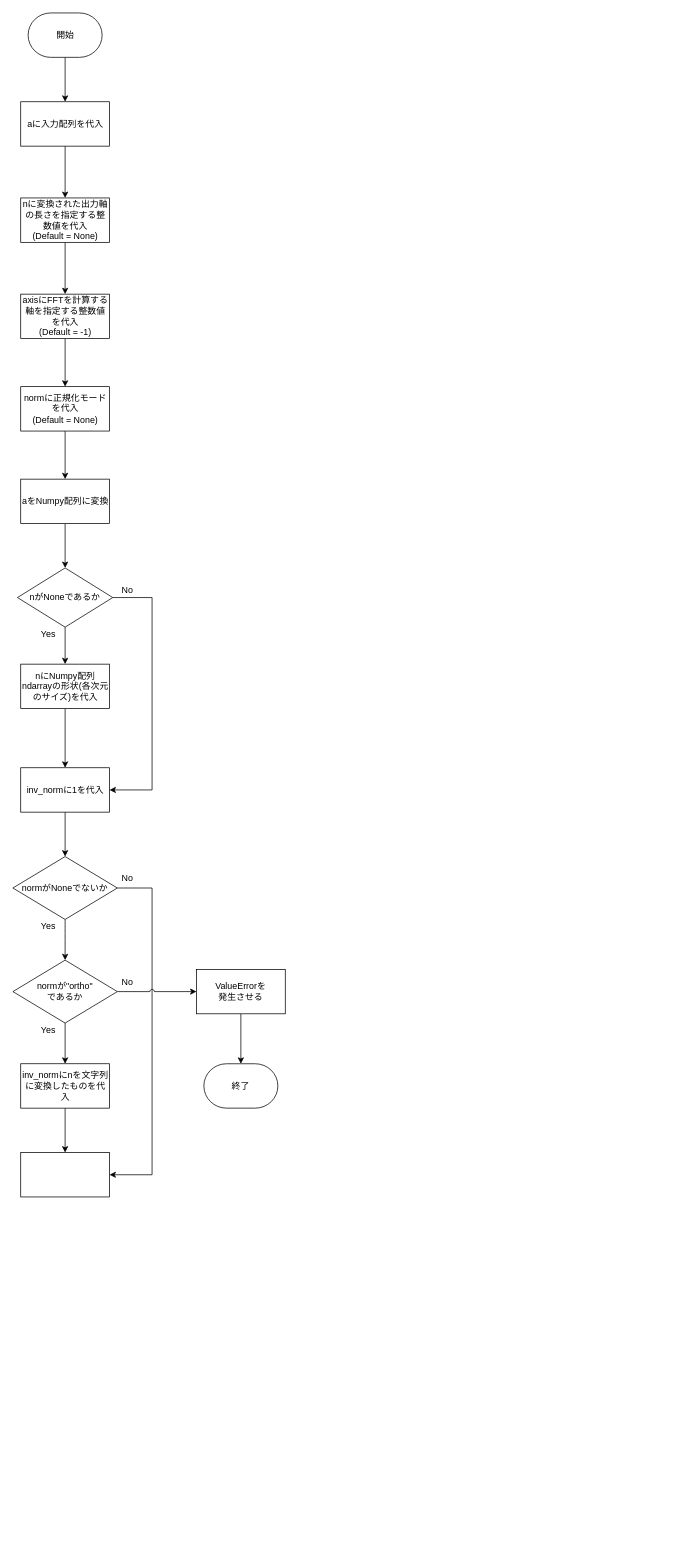
The draw.io diagram numpy_fft.drawio in mochihisa/themed_research, before the edit. Source tidied: cells renumbered, new cells numbered last; positions are measured from the earlier drawing's top-left corner, leaving out a move shared by most shapes. Both pictures are drawn from the tidied source at 74%, with x=0, y=0 at pixel (13, 13).
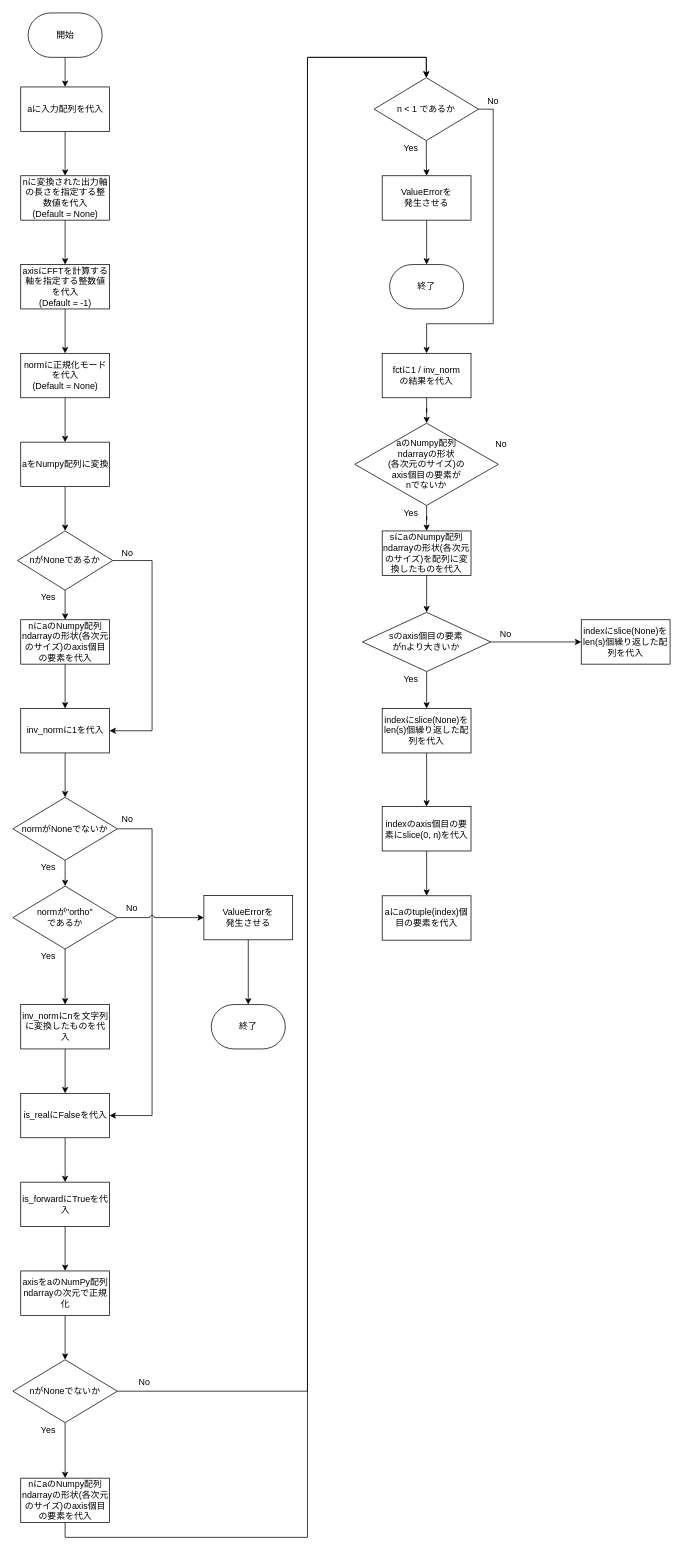
After the change.

Commit message:
numpy_fft.drawio を更新します

Diff of the diagram source:
```diff
@@
     <mxCell id="5" value="aをNumpy配列に変換" style="rounded=0;whiteSpace=wrap;html=1;strokeWidth=1;fontSize=12;" parent="1" vertex="1">
-      <mxGeometry x="10.5" y="630" width="120" height="60" as="geometry" />
+      <mxGeometry x="10.5" y="580" width="120" height="60" as="geometry" />
     </mxCell>
@@
     <mxCell id="7" style="edgeStyle=orthogonalEdgeStyle;rounded=0;jumpStyle=arc;jettySize=auto;html=1;entryX=1;entryY=0.5;entryDx=0;entryDy=0;strokeWidth=1;fontSize=12;exitX=1;exitY=0.5;exitDx=0;exitDy=0;exitPerimeter=0;" parent="1" edge="1" source="8" target="21">
       <mxGeometry relative="1" as="geometry">
         <Array as="points">
-          <mxPoint x="188" y="790" />
-          <mxPoint x="188" y="1050" />
+          <mxPoint x="188" y="740" />
+          <mxPoint x="188" y="970" />
         </Array>
       </mxGeometry>
     </mxCell>
     <mxCell id="8" value="nがNoneであるか" style="strokeWidth=1;html=1;shape=mxgraph.flowchart.decision;whiteSpace=wrap;align=center;fontSize=12;" parent="1" vertex="1">
-      <mxGeometry x="6.1" y="750" width="128.8" height="80" as="geometry" />
+      <mxGeometry x="6.1" y="700" width="128.8" height="80" as="geometry" />
     </mxCell>
@@
     <mxCell id="10" value="aに入力配列を代入" style="rounded=0;whiteSpace=wrap;html=1;align=center;strokeWidth=1;fontSize=12;" parent="1" vertex="1">
-      <mxGeometry x="10.5" y="120" width="120" height="60" as="geometry" />
+      <mxGeometry x="10.5" y="100" width="120" height="60" as="geometry" />
     </mxCell>
@@
     <mxCell id="12" value="nに変換された出力軸の長さを指定する整数値を代入&lt;br style=&quot;font-size: 12px;&quot;&gt;(Default = None)" style="rounded=0;whiteSpace=wrap;html=1;align=center;strokeWidth=1;fontSize=12;" parent="1" vertex="1">
-      <mxGeometry x="10.5" y="250" width="120" height="60" as="geometry" />
+      <mxGeometry x="10.5" y="220" width="120" height="60" as="geometry" />
     </mxCell>
@@
     <mxCell id="14" value="axisにFFTを計算する軸を指定する整数値を代入&lt;br style=&quot;font-size: 12px;&quot;&gt;(Default = -1)" style="rounded=0;whiteSpace=wrap;html=1;align=center;strokeWidth=1;fontSize=12;" parent="1" vertex="1">
-      <mxGeometry x="10.5" y="380" width="120" height="60" as="geometry" />
+      <mxGeometry x="10.5" y="340" width="120" height="60" as="geometry" />
     </mxCell>
@@
     <mxCell id="16" value="normに正規化モードを代入&lt;br style=&quot;font-size: 12px;&quot;&gt;(Default = None)" style="rounded=0;whiteSpace=wrap;html=1;align=center;strokeWidth=1;fontSize=12;" parent="1" vertex="1">
-      <mxGeometry x="10.5" y="505" width="120" height="60" as="geometry" />
+      <mxGeometry x="10.5" y="460" width="120" height="60" as="geometry" />
     </mxCell>
@@
-    <mxCell id="18" value="nにNumpy配列ndarrayの形状(各次元のサイズ)を代入" style="rounded=0;whiteSpace=wrap;html=1;align=center;strokeWidth=1;fontSize=12;" parent="1" vertex="1">
-      <mxGeometry x="10.5" y="880" width="120" height="60" as="geometry" />
+    <mxCell id="18" value="nにaのNumpy配列ndarrayの形状(各次元のサイズ)のaxis個目の要素を代入" style="rounded=0;whiteSpace=wrap;html=1;align=center;strokeWidth=1;fontSize=12;" parent="1" vertex="1">
+      <mxGeometry x="10.5" y="820" width="120" height="60" as="geometry" />
     </mxCell>
     <mxCell id="19" value="Yes" style="text;html=1;strokeColor=none;fillColor=none;align=center;verticalAlign=middle;whiteSpace=wrap;rounded=0;strokeWidth=1;" parent="1" vertex="1">
-      <mxGeometry x="28" y="830" width="40" height="20" as="geometry" />
+      <mxGeometry x="28" y="780" width="40" height="20" as="geometry" />
     </mxCell>
@@
     <mxCell id="21" value="&lt;span style=&quot;font-size: 12px;&quot;&gt;inv_normに1を代入&lt;/span&gt;" style="rounded=0;whiteSpace=wrap;html=1;align=center;strokeWidth=1;fontSize=12;fontStyle=0;" parent="1" vertex="1">
-      <mxGeometry x="10.5" y="1020" width="120" height="60" as="geometry" />
+      <mxGeometry x="10.5" y="940" width="120" height="60" as="geometry" />
     </mxCell>
@@
-    <mxCell id="23" style="edgeStyle=orthogonalEdgeStyle;rounded=0;jumpStyle=arc;jettySize=auto;html=1;entryX=1;entryY=0.5;entryDx=0;entryDy=0;strokeWidth=1;fontSize=12;" parent="1" edge="1" source="24" target="32">
+    <mxCell id="23" style="edgeStyle=orthogonalEdgeStyle;rounded=0;jumpStyle=arc;jettySize=auto;html=1;entryX=1;entryY=0.5;entryDx=0;entryDy=0;strokeWidth=1;fontSize=12;exitX=1;exitY=0.5;exitDx=0;exitDy=0;exitPerimeter=0;" parent="1" edge="1" source="24" target="32">
       <mxGeometry relative="1" as="geometry">
         <Array as="points">
-          <mxPoint x="188" y="1183" />
-          <mxPoint x="188" y="1570" />
+          <mxPoint x="188" y="1103" />
+          <mxPoint x="188" y="1490" />
         </Array>
       </mxGeometry>
     </mxCell>
     <mxCell id="24" value="normがNoneでないか" style="strokeWidth=1;html=1;shape=mxgraph.flowchart.decision;whiteSpace=wrap;align=center;fontSize=12;" parent="1" vertex="1">
-      <mxGeometry x="-0.1" y="1140" width="141.2" height="85" as="geometry" />
+      <mxGeometry x="-0.1" y="1060" width="141.2" height="85" as="geometry" />
     </mxCell>
     <mxCell id="25" value="Yes" style="text;html=1;strokeColor=none;fillColor=none;align=center;verticalAlign=middle;whiteSpace=wrap;rounded=0;strokeWidth=1;" parent="1" vertex="1">
-      <mxGeometry x="28" y="1225" width="40" height="20" as="geometry" />
+      <mxGeometry x="28" y="1145" width="40" height="20" as="geometry" />
     </mxCell>
     <mxCell id="26" value="Yes" style="text;html=1;strokeColor=none;fillColor=none;align=center;verticalAlign=middle;whiteSpace=wrap;rounded=0;strokeWidth=1;" parent="1" vertex="1">
-      <mxGeometry x="28" y="1365" width="40" height="20" as="geometry" />
+      <mxGeometry x="28" y="1265" width="40" height="20" as="geometry" />
     </mxCell>
@@
     <mxCell id="28" value="inv_normにnを文字列に変換したものを代入" style="rounded=0;whiteSpace=wrap;html=1;align=center;strokeWidth=1;fontSize=12;" parent="1" vertex="1">
-      <mxGeometry x="10.5" y="1420" width="120" height="60" as="geometry" />
+      <mxGeometry x="10.5" y="1340" width="120" height="60" as="geometry" />
     </mxCell>
     <mxCell id="29" value="No" style="text;html=1;strokeColor=none;fillColor=none;align=center;verticalAlign=middle;whiteSpace=wrap;rounded=0;strokeWidth=1;" parent="1" vertex="1">
-      <mxGeometry x="134.9" y="770" width="40" height="20" as="geometry" />
+      <mxGeometry x="134.9" y="720" width="40" height="20" as="geometry" />
     </mxCell>
     <mxCell id="30" value="No" style="text;html=1;strokeColor=none;fillColor=none;align=center;verticalAlign=middle;whiteSpace=wrap;rounded=0;strokeWidth=1;" parent="1" vertex="1">
-      <mxGeometry x="134.9" y="1160" width="40" height="20" as="geometry" />
+      <mxGeometry x="134.9" y="1080" width="40" height="20" as="geometry" />
     </mxCell>
     <mxCell id="31" value="No" style="text;html=1;strokeColor=none;fillColor=none;align=center;verticalAlign=middle;whiteSpace=wrap;rounded=0;strokeWidth=1;" parent="1" vertex="1">
-      <mxGeometry x="134.9" y="1300" width="40" height="20" as="geometry" />
+      <mxGeometry x="141.1" y="1200" width="40" height="20" as="geometry" />
     </mxCell>
+    <mxCell id="39" style="edgeStyle=orthogonalEdgeStyle;rounded=0;jettySize=auto;html=1;" parent="1" edge="1" source="32" target="41">
+      <mxGeometry relative="1" as="geometry" />
+    </mxCell>
-    <mxCell id="32" style="rounded=0;whiteSpace=wrap;html=1;strokeWidth=1;fontSize=12;" parent="1" vertex="1">
-      <mxGeometry x="10.5" y="1540" width="120" height="60" as="geometry" />
+    <mxCell id="32" value="is_realにFalseを代入" style="rounded=0;whiteSpace=wrap;html=1;strokeWidth=1;fontSize=12;" parent="1" vertex="1">
+      <mxGeometry x="10.5" y="1460" width="120" height="60" as="geometry" />
     </mxCell>
@@
     <mxCell id="35" value="normが&quot;ortho&quot;&lt;br&gt;であるか" style="strokeWidth=1;html=1;shape=mxgraph.flowchart.decision;whiteSpace=wrap;align=center;fontSize=12;" parent="1" vertex="1">
-      <mxGeometry x="-0.1" y="1280" width="141.2" height="85" as="geometry" />
+      <mxGeometry x="-0.1" y="1180" width="141.2" height="85" as="geometry" />
     </mxCell>
@@
     <mxCell id="37" value="ValueErrorを&lt;br&gt;発生させる" style="rounded=0;whiteSpace=wrap;html=1;fontSize=12;fontStyle=0;strokeWidth=1;" parent="1" vertex="1">
-      <mxGeometry x="248" y="1292.5" width="120" height="60" as="geometry" />
+      <mxGeometry x="258" y="1192.5" width="120" height="60" as="geometry" />
     </mxCell>
     <mxCell id="38" value="終了" style="strokeWidth=1;html=1;shape=mxgraph.flowchart.terminator;whiteSpace=wrap;fontSize=12;" parent="1" vertex="1">
-      <mxGeometry x="258" y="1420" width="100" height="60" as="geometry" />
+      <mxGeometry x="268" y="1340" width="100" height="60" as="geometry" />
     </mxCell>
+    <mxCell id="40" style="edgeStyle=orthogonalEdgeStyle;rounded=0;jettySize=auto;html=1;exitX=0.5;exitY=1;exitDx=0;exitDy=0;entryX=0.5;entryY=0;entryDx=0;entryDy=0;" parent="1" edge="1" source="41" target="43">
+      <mxGeometry relative="1" as="geometry" />
+    </mxCell>
+    <mxCell id="41" value="is_forwardにTrueを代入" style="rounded=0;whiteSpace=wrap;html=1;" parent="1" vertex="1">
+      <mxGeometry x="10.5" y="1580" width="120" height="60" as="geometry" />
+    </mxCell>
+    <mxCell id="42" style="edgeStyle=orthogonalEdgeStyle;rounded=0;jettySize=auto;html=1;" parent="1" edge="1" source="43" target="46">
+      <mxGeometry relative="1" as="geometry" />
+    </mxCell>
+    <mxCell id="43" value="axisをaのNumPy配列ndarrayの次元で正規化" style="rounded=0;whiteSpace=wrap;html=1;" parent="1" vertex="1">
+      <mxGeometry x="10.5" y="1700" width="120" height="60" as="geometry" />
+    </mxCell>
+    <mxCell id="44" style="edgeStyle=orthogonalEdgeStyle;rounded=0;jettySize=auto;html=1;entryX=0.5;entryY=0;entryDx=0;entryDy=0;" parent="1" edge="1" source="46" target="48">
+      <mxGeometry relative="1" as="geometry" />
+    </mxCell>
+    <mxCell id="45" style="edgeStyle=orthogonalEdgeStyle;rounded=0;jettySize=auto;html=1;entryX=0.5;entryY=0;entryDx=0;entryDy=0;entryPerimeter=0;" parent="1" edge="1" source="46" target="53">
+      <mxGeometry relative="1" as="geometry">
+        <Array as="points">
+          <mxPoint x="398" y="1863" />
+          <mxPoint x="398" y="60" />
+          <mxPoint x="559" y="60" />
+        </Array>
+      </mxGeometry>
+    </mxCell>
+    <mxCell id="46" value="nがNoneでないか" style="strokeWidth=1;html=1;shape=mxgraph.flowchart.decision;whiteSpace=wrap;align=center;fontSize=12;" parent="1" vertex="1">
+      <mxGeometry x="-0.1" y="1820" width="141.2" height="85" as="geometry" />
+    </mxCell>
+    <mxCell id="47" style="edgeStyle=orthogonalEdgeStyle;rounded=0;jettySize=auto;html=1;entryX=0.5;entryY=0;entryDx=0;entryDy=0;entryPerimeter=0;exitX=0.5;exitY=1;exitDx=0;exitDy=0;" parent="1" edge="1" source="48" target="53">
+      <mxGeometry relative="1" as="geometry">
+        <Array as="points">
+          <mxPoint x="71" y="2060" />
+          <mxPoint x="398" y="2060" />
+          <mxPoint x="398" y="60" />
+          <mxPoint x="559" y="60" />
+        </Array>
+      </mxGeometry>
+    </mxCell>
+    <mxCell id="48" value="nにaのNumpy配列ndarrayの形状(各次元のサイズ)のaxis個目の要素を代入" style="rounded=0;whiteSpace=wrap;html=1;align=center;strokeWidth=1;fontSize=12;" parent="1" vertex="1">
+      <mxGeometry x="10.5" y="1980" width="120" height="60" as="geometry" />
+    </mxCell>
+    <mxCell id="49" value="Yes" style="text;html=1;strokeColor=none;fillColor=none;align=center;verticalAlign=middle;whiteSpace=wrap;rounded=0;strokeWidth=1;" parent="1" vertex="1">
+      <mxGeometry x="28" y="1905" width="40" height="20" as="geometry" />
+    </mxCell>
+    <mxCell id="50" value="No" style="text;html=1;strokeColor=none;fillColor=none;align=center;verticalAlign=middle;whiteSpace=wrap;rounded=0;strokeWidth=1;" parent="1" vertex="1">
+      <mxGeometry x="158" y="1840" width="40" height="20" as="geometry" />
+    </mxCell>
+    <mxCell id="51" style="edgeStyle=orthogonalEdgeStyle;rounded=0;jettySize=auto;html=1;" parent="1" edge="1" source="53" target="55">
+      <mxGeometry relative="1" as="geometry" />
+    </mxCell>
+    <mxCell id="52" style="edgeStyle=orthogonalEdgeStyle;rounded=0;jettySize=auto;html=1;entryX=0.5;entryY=0;entryDx=0;entryDy=0;exitX=1;exitY=0.5;exitDx=0;exitDy=0;exitPerimeter=0;" parent="1" edge="1" source="53" target="58">
+      <mxGeometry relative="1" as="geometry">
+        <Array as="points">
+          <mxPoint x="649" y="130" />
+          <mxPoint x="649" y="420" />
+          <mxPoint x="559" y="420" />
+        </Array>
+      </mxGeometry>
+    </mxCell>
+    <mxCell id="53" value="n &amp;lt; 1 であるか" style="strokeWidth=1;html=1;shape=mxgraph.flowchart.decision;whiteSpace=wrap;align=center;fontSize=12;" parent="1" vertex="1">
+      <mxGeometry x="488" y="87.5" width="141.2" height="85" as="geometry" />
+    </mxCell>
+    <mxCell id="54" style="edgeStyle=orthogonalEdgeStyle;rounded=0;jettySize=auto;html=1;" parent="1" edge="1" source="55" target="56">
+      <mxGeometry relative="1" as="geometry" />
+    </mxCell>
+    <mxCell id="55" value="&lt;span&gt;ValueErrorを&lt;/span&gt;&lt;br&gt;&lt;span&gt;発生させる&lt;/span&gt;" style="rounded=0;whiteSpace=wrap;html=1;" parent="1" vertex="1">
+      <mxGeometry x="499" y="220" width="120" height="60" as="geometry" />
+    </mxCell>
+    <mxCell id="56" value="終了" style="strokeWidth=1;html=1;shape=mxgraph.flowchart.terminator;whiteSpace=wrap;fontSize=12;" parent="1" vertex="1">
+      <mxGeometry x="509" y="340" width="100" height="60" as="geometry" />
+    </mxCell>
+    <mxCell id="57" style="edgeStyle=orthogonalEdgeStyle;rounded=0;jettySize=auto;html=1;" parent="1" edge="1" source="58" target="62">
+      <mxGeometry relative="1" as="geometry" />
+    </mxCell>
+    <mxCell id="58" value="fctに1 / inv_norm&lt;br&gt;の結果を代入" style="rounded=0;whiteSpace=wrap;html=1;" parent="1" vertex="1">
+      <mxGeometry x="499" y="460" width="120" height="60" as="geometry" />
+    </mxCell>
+    <mxCell id="59" value="Yes" style="text;html=1;strokeColor=none;fillColor=none;align=center;verticalAlign=middle;whiteSpace=wrap;rounded=0;strokeWidth=1;" parent="1" vertex="1">
+      <mxGeometry x="518" y="172.5" width="40" height="20" as="geometry" />
+    </mxCell>
+    <mxCell id="60" value="No" style="text;html=1;strokeColor=none;fillColor=none;align=center;verticalAlign=middle;whiteSpace=wrap;rounded=0;strokeWidth=1;" parent="1" vertex="1">
+      <mxGeometry x="629.2" y="110" width="40" height="20" as="geometry" />
+    </mxCell>
+    <mxCell id="61" style="edgeStyle=orthogonalEdgeStyle;rounded=0;jettySize=auto;html=1;entryX=0.5;entryY=0;entryDx=0;entryDy=0;" parent="1" edge="1" source="62" target="66">
+      <mxGeometry relative="1" as="geometry" />
+    </mxCell>
+    <mxCell id="62" value="aのNumpy配列&lt;br&gt;ndarrayの形状&lt;br&gt;(各次元のサイズ)の&lt;br&gt;axis個目の要素が&lt;br&gt;nでないか" style="strokeWidth=1;html=1;shape=mxgraph.flowchart.decision;whiteSpace=wrap;align=center;fontSize=12;" parent="1" vertex="1">
+      <mxGeometry x="462" y="554.4" width="194" height="111.2" as="geometry" />
+    </mxCell>
+    <mxCell id="63" value="Yes" style="text;html=1;strokeColor=none;fillColor=none;align=center;verticalAlign=middle;whiteSpace=wrap;rounded=0;strokeWidth=1;" parent="1" vertex="1">
+      <mxGeometry x="518" y="665.6" width="40" height="20" as="geometry" />
+    </mxCell>
+    <mxCell id="64" value="No" style="text;html=1;strokeColor=none;fillColor=none;align=center;verticalAlign=middle;whiteSpace=wrap;rounded=0;strokeWidth=1;" parent="1" vertex="1">
+      <mxGeometry x="640.2" y="572.5" width="40" height="20" as="geometry" />
+    </mxCell>
+    <mxCell id="65" style="edgeStyle=orthogonalEdgeStyle;rounded=0;jettySize=auto;html=1;entryX=0.5;entryY=0;entryDx=0;entryDy=0;entryPerimeter=0;" parent="1" edge="1" source="66" target="69">
+      <mxGeometry relative="1" as="geometry" />
+    </mxCell>
+    <mxCell id="66" value="sにaのNumpy配列ndarrayの形状(各次元のサイズ)を配列に変換したものを代入" style="rounded=0;whiteSpace=wrap;html=1;" parent="1" vertex="1">
+      <mxGeometry x="499" y="700" width="120" height="60" as="geometry" />
+    </mxCell>
+    <mxCell id="67" style="edgeStyle=orthogonalEdgeStyle;rounded=0;jettySize=auto;html=1;" parent="1" edge="1" source="69" target="73">
+      <mxGeometry relative="1" as="geometry" />
+    </mxCell>
+    <mxCell id="68" style="edgeStyle=orthogonalEdgeStyle;rounded=0;jettySize=auto;html=1;entryX=0;entryY=0.5;entryDx=0;entryDy=0;" parent="1" edge="1" source="69" target="77">
+      <mxGeometry relative="1" as="geometry" />
+    </mxCell>
+    <mxCell id="69" value="sのaxis個目の要素&lt;br&gt;がnより大きいか" style="strokeWidth=1;html=1;shape=mxgraph.flowchart.decision;whiteSpace=wrap;align=center;fontSize=12;" parent="1" vertex="1">
+      <mxGeometry x="472.3" y="810" width="173.4" height="80" as="geometry" />
+    </mxCell>
+    <mxCell id="70" value="Yes" style="text;html=1;strokeColor=none;fillColor=none;align=center;verticalAlign=middle;whiteSpace=wrap;rounded=0;strokeWidth=1;" parent="1" vertex="1">
+      <mxGeometry x="518" y="890" width="40" height="20" as="geometry" />
+    </mxCell>
+    <mxCell id="71" value="No" style="text;html=1;strokeColor=none;fillColor=none;align=center;verticalAlign=middle;whiteSpace=wrap;rounded=0;strokeWidth=1;" parent="1" vertex="1">
+      <mxGeometry x="645.7" y="830" width="40" height="20" as="geometry" />
+    </mxCell>
+    <mxCell id="72" style="edgeStyle=orthogonalEdgeStyle;rounded=0;jettySize=auto;html=1;entryX=0.5;entryY=0;entryDx=0;entryDy=0;" parent="1" edge="1" source="73" target="75">
+      <mxGeometry relative="1" as="geometry" />
+    </mxCell>
+    <mxCell id="73" value="indexにslice(None)をlen(s)個繰り返した配列を代入" style="rounded=0;whiteSpace=wrap;html=1;" parent="1" vertex="1">
+      <mxGeometry x="499" y="940" width="120" height="60" as="geometry" />
+    </mxCell>
+    <mxCell id="74" style="edgeStyle=orthogonalEdgeStyle;rounded=0;jettySize=auto;html=1;entryX=0.5;entryY=0;entryDx=0;entryDy=0;" parent="1" edge="1" source="75" target="76">
+      <mxGeometry relative="1" as="geometry" />
+    </mxCell>
+    <mxCell id="75" value="indexのaxis個目の要素にslice(0, n)を代入" style="rounded=0;whiteSpace=wrap;html=1;" parent="1" vertex="1">
+      <mxGeometry x="499" y="1072.5" width="120" height="60" as="geometry" />
+    </mxCell>
+    <mxCell id="76" value="aにaのtuple(index)個目の要素を代入" style="rounded=0;whiteSpace=wrap;html=1;" parent="1" vertex="1">
+      <mxGeometry x="499" y="1193" width="120" height="60" as="geometry" />
+    </mxCell>
+    <mxCell id="77" value="indexにslice(None)をlen(s)個繰り返した配列を代入" style="rounded=0;whiteSpace=wrap;html=1;" parent="1" vertex="1">
+      <mxGeometry x="768" y="820" width="120" height="60" as="geometry" />
+    </mxCell>
```
